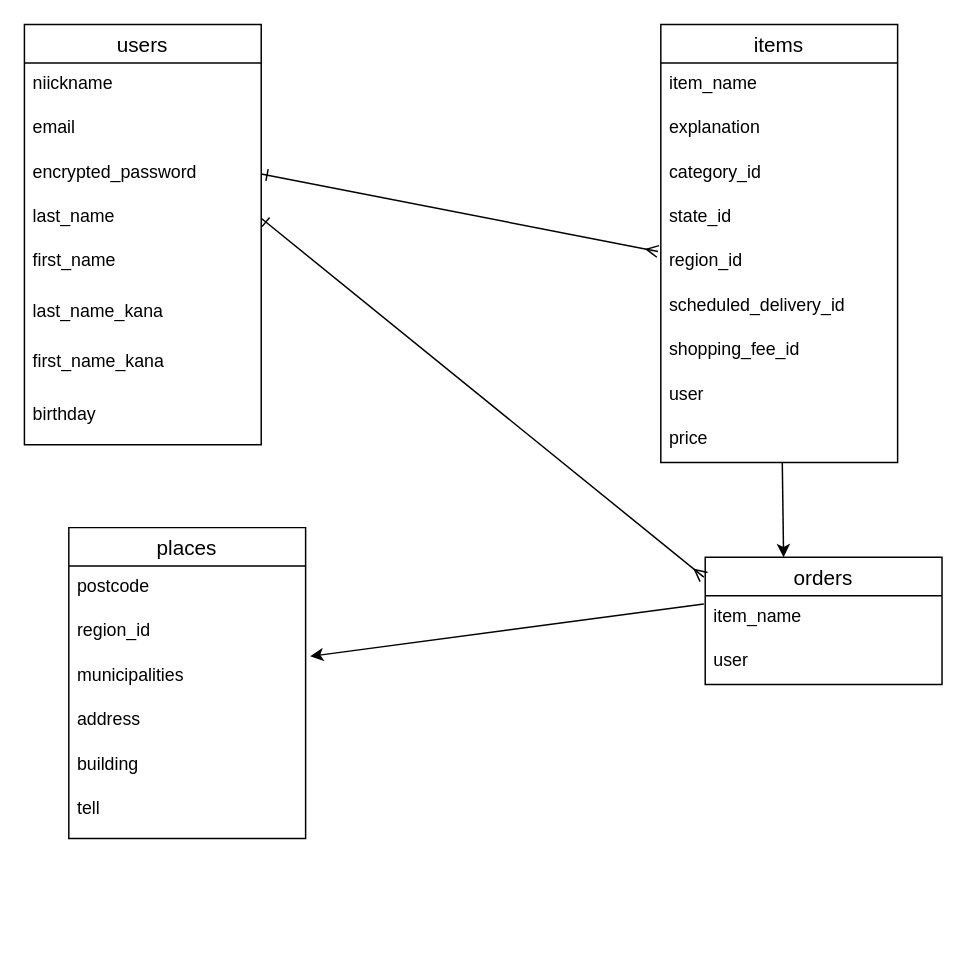
Earlier version of the draw.io diagram test.dio (marugit28/furima-38923). Source tidied: cells renumbered, new cells numbered last; positions are measured from the earlier drawing's top-left corner, leaving out a move shared by most shapes. Both pictures are drawn from the tidied source at 148%, with x=0, y=0 at pixel (24, 24).
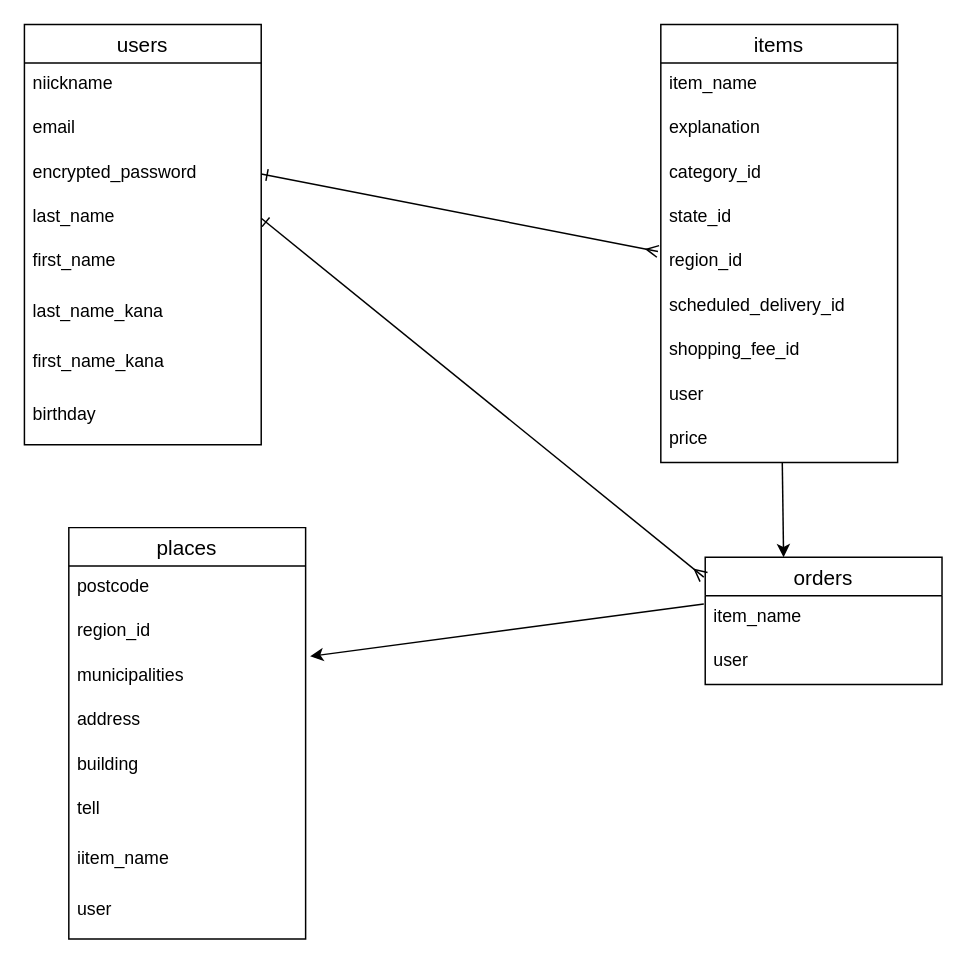
The same page after the edit.

Diff of the diagram source:
```diff
@@
     <mxCell id="2" value="places" style="swimlane;fontStyle=0;horizontal=1;startSize=26;align=center;fontSize=14;" parent="1" vertex="1">
-      <mxGeometry x="30" y="340" width="160" height="210" as="geometry" />
+      <mxGeometry x="30" y="340" width="160" height="278" as="geometry" />
     </mxCell>
@@
+    <mxCell id="35" value="iitem_name" style="text;strokeColor=none;fillColor=none;spacingLeft=4;spacingRight=4;overflow=hidden;fontSize=12;" parent="2" vertex="1">
+      <mxGeometry y="210" width="160" height="34" as="geometry" />
+    </mxCell>
+    <mxCell id="36" value="user" style="text;strokeColor=none;fillColor=none;spacingLeft=4;spacingRight=4;overflow=hidden;fontSize=12;" parent="2" vertex="1">
+      <mxGeometry y="244" width="160" height="34" as="geometry" />
+    </mxCell>
```
